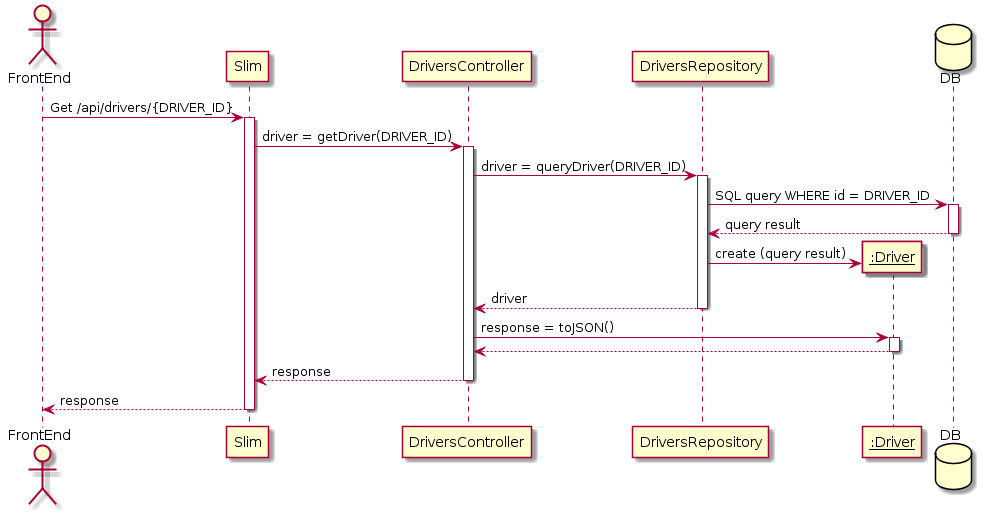
Above: docs/BackEnd/SequenceDiagram/GetDriver.png in malvinkooo/taxiSystem (PlantUML), before the change. Its diagram source:
```plantuml
@startuml
actor FrontEnd
participant Slim
participant DriversController
participant DriversRepository
participant "__:Driver__" as Driver
database DB

FrontEnd -> Slim : Get /api/drivers/{DRIVER_ID}
activate Slim
Slim -> DriversController : driver = getDriver(DRIVER_ID)
activate DriversController
DriversController -> DriversRepository : driver = queryDriver(DRIVER_ID)
activate DriversRepository
DriversRepository -> DB : SQL query WHERE id = DRIVER_ID
activate DB
DB --> DriversRepository : query result
deactivate DB
create Driver
DriversRepository -> Driver : create (query result)
DriversRepository --> DriversController: driver
deactivate DriversRepository
DriversController -> Driver : response = toJSON()
activate Driver
Driver --> DriversController
deactivate Driver
DriversController --> Slim : response
deactivate DriversController
Slim --> FrontEnd : response
deactivate Slim
@enduml
```
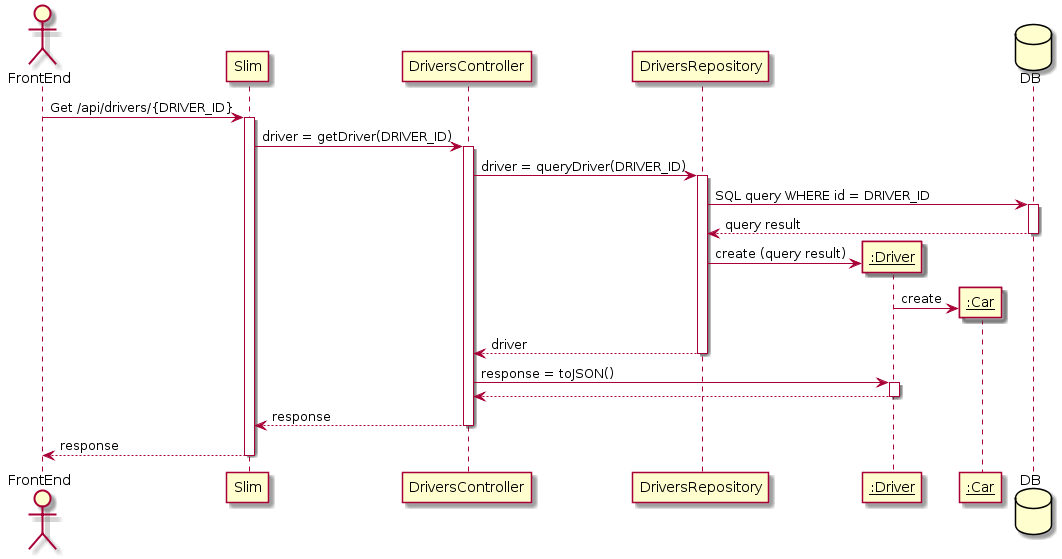
The same file after the commit.

Change to the diagram source:
```diff
@@ -4,6 +4,7 @@
 participant DriversController
 participant DriversRepository
 participant "__:Driver__" as Driver
+participant "__:Car__" as Car
 database DB
 
 FrontEnd -> Slim : Get /api/drivers/{DRIVER_ID}
@@ -18,6 +19,8 @@
 deactivate DB
 create Driver
 DriversRepository -> Driver : create (query result)
+create Car
+Driver -> Car : create
 DriversRepository --> DriversController: driver
 deactivate DriversRepository
 DriversController -> Driver : response = toJSON()
```
